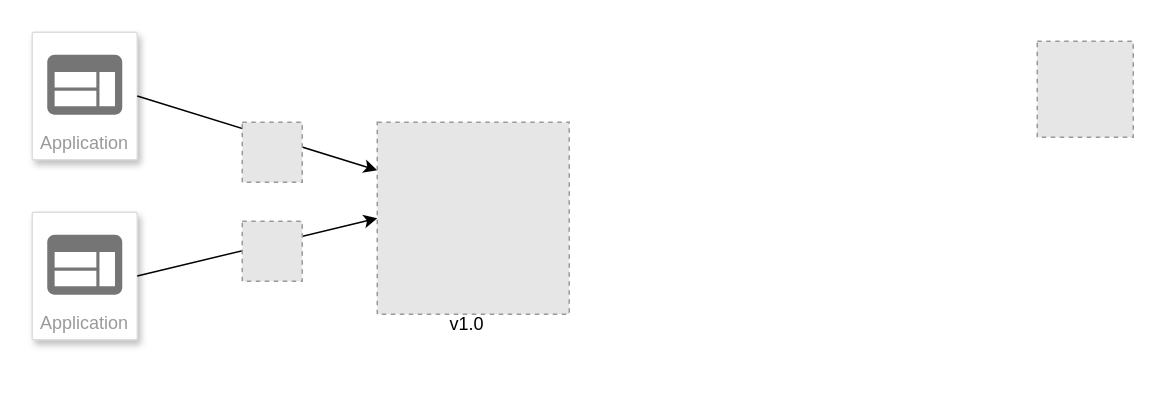
Earlier version of the draw.io diagram Backward-compatibility-API.drawio (vdupain/draw.io). Source tidied: cells renumbered, new cells numbered last; positions are measured from the earlier drawing's top-left corner, leaving out a move shared by most shapes. Both pictures are drawn from the tidied source at 150%, with x=0, y=0 at pixel (32, 32). Pictures stored in the file or linked from it are replaced by grey dashed boxes.
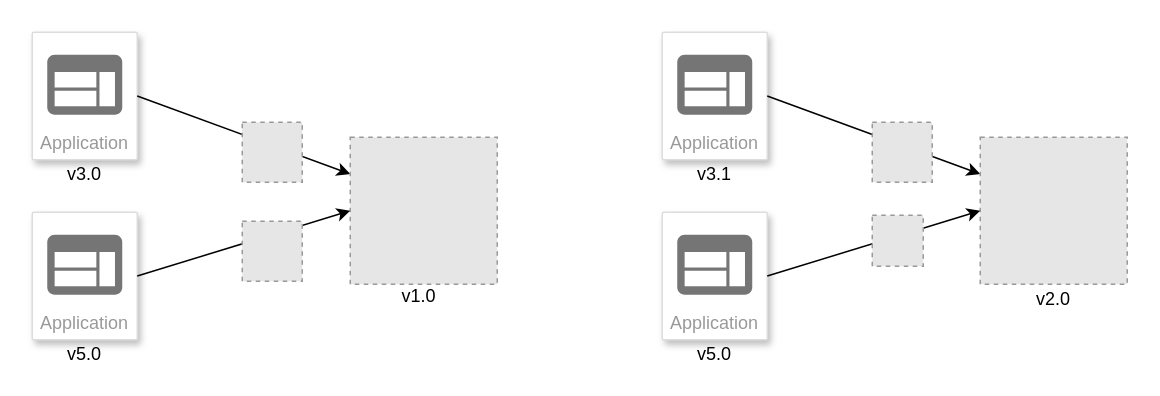
Above is the later version.

Change to the diagram source:
```diff
@@
     <mxCell id="6" value="v1.0" style="text;html=1;strokeColor=none;fillColor=none;align=center;verticalAlign=middle;whiteSpace=wrap;rounded=0;" parent="1" vertex="1">
-      <mxGeometry x="270" y="185" width="40" height="20" as="geometry" />
+      <mxGeometry x="238" y="166" width="40" height="20" as="geometry" />
     </mxCell>
-    <mxCell id="7" style="fillColor=#E6E6E6;strokeColor=#999999;dashed=1;html=1;verticalAlign=top;verticalLabelPosition=bottom;labelBackgroundColor=#ffffff;" parent="1" vertex="1">
-      <mxGeometry x="670" y="6" width="64" height="64" as="geometry" />
-    </mxCell>
@@
     <mxCell id="10" style="fillColor=#E6E6E6;strokeColor=#999999;dashed=1;html=1;verticalAlign=top;verticalLabelPosition=bottom;labelBackgroundColor=#ffffff;" parent="1" vertex="1">
-      <mxGeometry x="230" y="60" width="128" height="128" as="geometry" />
+      <mxGeometry x="212" y="70" width="98" height="98" as="geometry" />
     </mxCell>
@@
+    <mxCell id="13" value="Application" style="strokeColor=#dddddd;shadow=1;strokeWidth=1;rounded=1;absoluteArcSize=1;arcSize=2;labelPosition=center;verticalLabelPosition=middle;align=center;verticalAlign=bottom;spacingLeft=0;fontColor=#999999;fontSize=12;whiteSpace=wrap;spacingBottom=2;" parent="1" vertex="1">
+      <mxGeometry x="420" width="70" height="85" as="geometry" />
+    </mxCell>
+    <mxCell id="14" style="dashed=0;html=1;fillColor=#757575;strokeColor=none;shape=mxgraph.gcp2.application;" parent="13" vertex="1">
+      <mxGeometry x="0.5" width="50" height="40" relative="1" as="geometry">
+        <mxPoint x="-25" y="15" as="offset" />
+      </mxGeometry>
+    </mxCell>
+    <mxCell id="15" value="Application" style="strokeColor=#dddddd;shadow=1;strokeWidth=1;rounded=1;absoluteArcSize=1;arcSize=2;labelPosition=center;verticalLabelPosition=middle;align=center;verticalAlign=bottom;spacingLeft=0;fontColor=#999999;fontSize=12;whiteSpace=wrap;spacingBottom=2;" parent="1" vertex="1">
+      <mxGeometry x="420" y="120" width="70" height="85" as="geometry" />
+    </mxCell>
+    <mxCell id="16" style="dashed=0;html=1;fillColor=#757575;strokeColor=none;shape=mxgraph.gcp2.application;" parent="15" vertex="1">
+      <mxGeometry x="0.5" width="50" height="40" relative="1" as="geometry">
+        <mxPoint x="-25" y="15" as="offset" />
+      </mxGeometry>
+    </mxCell>
+    <mxCell id="17" value="v2.0" style="text;html=1;strokeColor=none;fillColor=none;align=center;verticalAlign=middle;whiteSpace=wrap;rounded=0;" parent="1" vertex="1">
+      <mxGeometry x="661" y="168" width="40" height="20" as="geometry" />
+    </mxCell>
+    <mxCell id="18" style="endArrow=classic;html=1;exitX=1;exitY=0.5;exitDx=0;exitDy=0;entryX=0;entryY=0.25;entryDx=0;entryDy=0;" parent="1" edge="1" source="13" target="20">
+      <mxGeometry relative="1" as="geometry" />
+    </mxCell>
+    <mxCell id="19" style="fillColor=#E6E6E6;strokeColor=#999999;dashed=1;html=1;verticalAlign=top;verticalLabelPosition=bottom;labelBackgroundColor=#ffffff;" parent="1" vertex="1">
+      <mxGeometry x="560" y="60" width="40" height="40" as="geometry" />
+    </mxCell>
+    <mxCell id="20" style="fillColor=#E6E6E6;strokeColor=#999999;dashed=1;html=1;verticalAlign=top;verticalLabelPosition=bottom;labelBackgroundColor=#ffffff;" parent="1" vertex="1">
+      <mxGeometry x="632" y="70" width="98" height="98" as="geometry" />
+    </mxCell>
+    <mxCell id="21" style="endArrow=classic;html=1;exitX=1;exitY=0.5;exitDx=0;exitDy=0;entryX=0;entryY=0.5;entryDx=0;entryDy=0;" parent="1" edge="1" source="15" target="20">
+      <mxGeometry relative="1" as="geometry" />
+    </mxCell>
+    <mxCell id="7" style="fillColor=#E6E6E6;strokeColor=#999999;dashed=1;html=1;verticalAlign=top;verticalLabelPosition=bottom;labelBackgroundColor=#ffffff;" parent="1" vertex="1">
+      <mxGeometry x="560" y="122" width="34" height="34" as="geometry" />
+    </mxCell>
+    <mxCell id="22" value="v3.0" style="text;html=1;strokeColor=none;fillColor=none;align=center;verticalAlign=middle;whiteSpace=wrap;rounded=0;" parent="1" vertex="1">
+      <mxGeometry x="15" y="85" width="40" height="20" as="geometry" />
+    </mxCell>
+    <mxCell id="23" value="v3.1" style="text;html=1;strokeColor=none;fillColor=none;align=center;verticalAlign=middle;whiteSpace=wrap;rounded=0;" parent="1" vertex="1">
+      <mxGeometry x="435" y="85" width="40" height="20" as="geometry" />
+    </mxCell>
+    <mxCell id="24" value="v5.0" style="text;html=1;strokeColor=none;fillColor=none;align=center;verticalAlign=middle;whiteSpace=wrap;rounded=0;" parent="1" vertex="1">
+      <mxGeometry x="15" y="205" width="40" height="20" as="geometry" />
+    </mxCell>
+    <mxCell id="25" value="v5.0" style="text;html=1;strokeColor=none;fillColor=none;align=center;verticalAlign=middle;whiteSpace=wrap;rounded=0;" parent="1" vertex="1">
+      <mxGeometry x="435" y="205" width="40" height="20" as="geometry" />
+    </mxCell>
```
